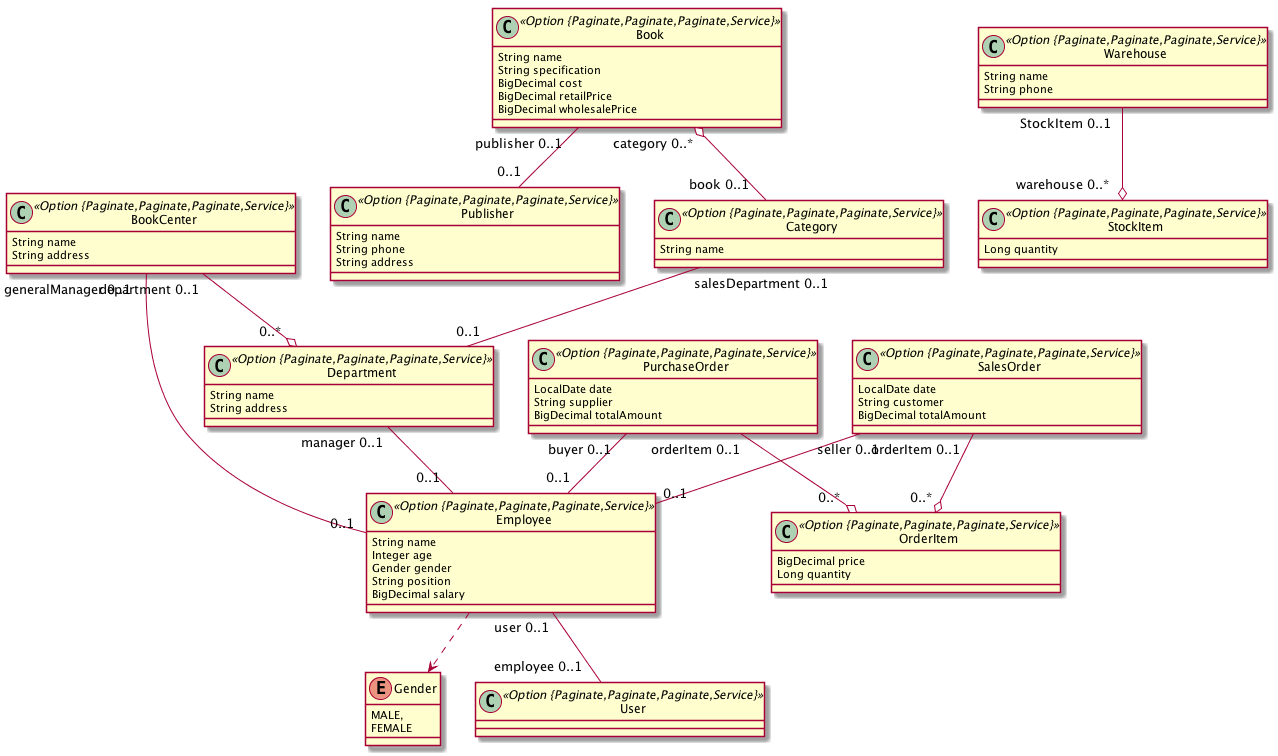
Earlier version of the PlantUML export BookCenter.png (henryL1N/bookcenter).
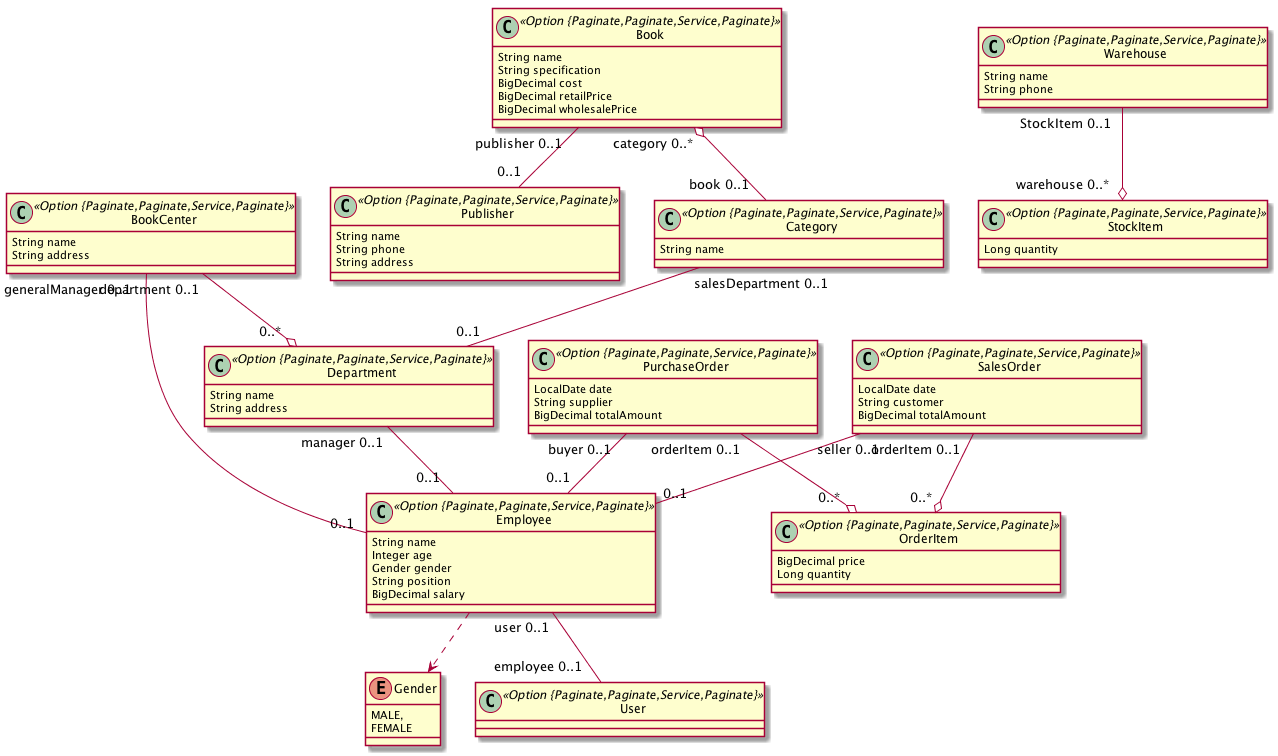
Later version of the same file.

Diff of the diagram source:
```diff
@@ -1,24 +1,24 @@
 @startuml
 	!pragma syntax class
-	class Book <<Option {Paginate,Paginate,Paginate,Service}>> {
+	class Book <<Option {Paginate,Paginate,Service,Paginate}>> {
 		String name
 		String specification
 		BigDecimal cost
 		BigDecimal retailPrice
 		BigDecimal wholesalePrice
 	}
-	class BookCenter <<Option {Paginate,Paginate,Paginate,Service}>> {
+	class BookCenter <<Option {Paginate,Paginate,Service,Paginate}>> {
 		String name
 		String address
 	}
-	class Category <<Option {Paginate,Paginate,Paginate,Service}>> {
+	class Category <<Option {Paginate,Paginate,Service,Paginate}>> {
 		String name
 	}
-	class Department <<Option {Paginate,Paginate,Paginate,Service}>> {
+	class Department <<Option {Paginate,Paginate,Service,Paginate}>> {
 		String name
 		String address
 	}
-	class Employee <<Option {Paginate,Paginate,Paginate,Service}>> {
+	class Employee <<Option {Paginate,Paginate,Service,Paginate}>> {
 		String name
 		Integer age
 		Gender gender
@@ -30,29 +30,29 @@
 		MALE,
 		FEMALE
 	}
-	class Publisher <<Option {Paginate,Paginate,Paginate,Service}>> {
+	class Publisher <<Option {Paginate,Paginate,Service,Paginate}>> {
 		String name
 		String phone
 		String address
 	}
-	class StockItem <<Option {Paginate,Paginate,Paginate,Service}>> {
+	class StockItem <<Option {Paginate,Paginate,Service,Paginate}>> {
 		Long quantity
 	}
-	class Warehouse <<Option {Paginate,Paginate,Paginate,Service}>> {
+	class Warehouse <<Option {Paginate,Paginate,Service,Paginate}>> {
 		String name
 		String phone
 	}
-	class PurchaseOrder <<Option {Paginate,Paginate,Paginate,Service}>> {
+	class PurchaseOrder <<Option {Paginate,Paginate,Service,Paginate}>> {
 		LocalDate date
 		String supplier
 		BigDecimal totalAmount
 	}
-	class SalesOrder <<Option {Paginate,Paginate,Paginate,Service}>> {
+	class SalesOrder <<Option {Paginate,Paginate,Service,Paginate}>> {
 		LocalDate date
 		String customer
 		BigDecimal totalAmount
 	}
-	class OrderItem <<Option {Paginate,Paginate,Paginate,Service}>> {
+	class OrderItem <<Option {Paginate,Paginate,Service,Paginate}>> {
 		BigDecimal price
 		Long quantity
 	}
@@ -68,6 +68,6 @@
 	SalesOrder  "orderItem 0..1 " --o "0..* "  OrderItem
 	Book  "category 0..* " o-- "book 0..1 "  Category
 	Warehouse  "StockItem 0..1 " --o "warehouse 0..* "  StockItem
-	class User <<Option {Paginate,Paginate,Paginate,Service}>> {
+	class User <<Option {Paginate,Paginate,Service,Paginate}>> {
 	}
 @enduml
```
